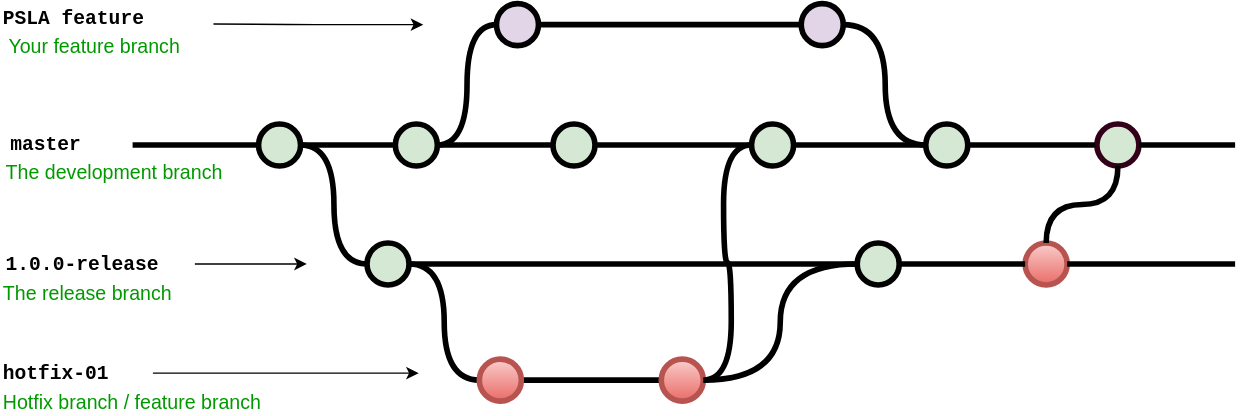
This is images/git/Workflow Accession.svg from salviadev/phoenixdoc, a draw.io export, as it was before one commit. Source tidied: cells renumbered, new cells last; positions are measured from the earlier drawing's top-left corner, leaving out a move shared by most shapes.
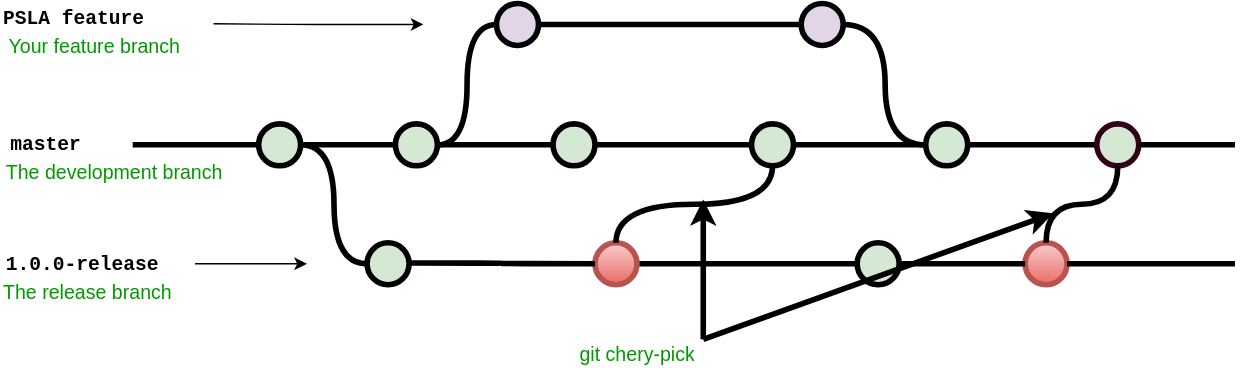
After the change.

Change to the diagram source:
```diff
@@ -19,7 +19,7 @@
     <mxCell id="6" value="master" style="text;html=1;strokeColor=none;fillColor=none;align=center;verticalAlign=middle;whiteSpace=wrap;overflow=hidden;fontSize=14;fontStyle=1;fontFamily=Courier New;" parent="1" vertex="1">
       <mxGeometry x="2" y="80" width="60.5" height="42" as="geometry" />
     </mxCell>
-    <mxCell id="7" style="edgeStyle=orthogonalEdgeStyle;curved=1;rounded=0;html=1;exitX=1;exitY=0.5;exitPerimeter=0;endArrow=none;endFill=0;jettySize=auto;strokeWidth=4;fontSize=15;entryX=0;entryY=0.5;entryDx=0;entryDy=0;entryPerimeter=0;" parent="1" edge="1" source="8" target="9">
+    <mxCell id="7" style="edgeStyle=orthogonalEdgeStyle;curved=1;rounded=0;html=1;exitX=1;exitY=0.5;exitPerimeter=0;endArrow=none;endFill=0;jettySize=auto;strokeWidth=4;fontSize=15;entryX=0;entryY=0.5;entryDx=0;entryDy=0;entryPerimeter=0;exitDx=0;exitDy=0;" parent="1" edge="1" source="46" target="9">
       <mxGeometry relative="1" as="geometry" />
     </mxCell>
     <mxCell id="8" style="verticalLabelPosition=bottom;verticalAlign=top;html=1;strokeWidth=4;shape=mxgraph.flowchart.on-page_reference;plain-purple;gradientColor=none;strokeColor=#000000;fillColor=#D5E8D4;" parent="1" vertex="1">
@@ -31,21 +31,9 @@
     <mxCell id="10" value="1.0.0-release" style="text;html=1;strokeColor=none;fillColor=none;align=left;verticalAlign=middle;whiteSpace=wrap;overflow=hidden;fontSize=14;fontStyle=1;fontFamily=Courier New;" parent="1" vertex="1">
       <mxGeometry x="2" y="176" width="240" height="20" as="geometry" />
     </mxCell>
-    <mxCell id="11" style="edgeStyle=orthogonalEdgeStyle;rounded=0;jettySize=auto;html=1;endArrow=none;endFill=0;strokeWidth=4;exitX=1;exitY=0.5;exitDx=0;exitDy=0;exitPerimeter=0;entryX=0;entryY=0.5;entryDx=0;entryDy=0;entryPerimeter=0;" parent="1" edge="1" source="29" target="30">
-      <mxGeometry relative="1" as="geometry" />
-    </mxCell>
-    <mxCell id="12" style="edgeStyle=orthogonalEdgeStyle;rounded=0;jettySize=auto;html=1;entryX=1;entryY=0.5;entryDx=0;entryDy=0;entryPerimeter=0;endArrow=none;endFill=0;strokeWidth=4;curved=1;exitX=0;exitY=0.5;exitDx=0;exitDy=0;exitPerimeter=0;" parent="1" edge="1" source="29" target="8">
-      <mxGeometry relative="1" as="geometry" />
-    </mxCell>
     <mxCell id="13" style="edgeStyle=orthogonalEdgeStyle;curved=1;rounded=0;jettySize=auto;html=1;exitX=1;exitY=0.5;exitDx=0;exitDy=0;exitPerimeter=0;entryX=0;entryY=0.5;entryDx=0;entryDy=0;entryPerimeter=0;endArrow=none;endFill=0;strokeWidth=4;fontFamily=Courier New;fontColor=#009900;" parent="1" edge="1" source="25" target="35">
       <mxGeometry relative="1" as="geometry" />
     </mxCell>
-    <mxCell id="14" style="edgeStyle=orthogonalEdgeStyle;curved=1;rounded=0;jettySize=auto;html=1;endArrow=none;endFill=0;strokeWidth=4;entryX=1;entryY=0.5;entryDx=0;entryDy=0;entryPerimeter=0;exitX=1;exitY=0.5;exitDx=0;exitDy=0;exitPerimeter=0;" parent="1" edge="1" source="30" target="27">
-      <mxGeometry relative="1" as="geometry" />
-    </mxCell>
-    <mxCell id="15" value="hotfix-01" style="text;html=1;strokeColor=none;fillColor=none;align=left;verticalAlign=middle;whiteSpace=wrap;overflow=hidden;fontSize=14;fontStyle=1;fontFamily=Courier New;" parent="1" vertex="1">
-      <mxGeometry x="0.4" y="254" width="91" height="16" as="geometry" />
-    </mxCell>
     <mxCell id="16" style="edgeStyle=orthogonalEdgeStyle;curved=1;rounded=0;jettySize=auto;html=1;exitX=1;exitY=0.5;exitDx=0;exitDy=0;exitPerimeter=0;endArrow=none;endFill=0;strokeWidth=4;fontFamily=Courier New;fontColor=#009900;entryX=1;entryY=0.5;entryDx=0;entryDy=0;entryPerimeter=0;" parent="1" edge="1" source="36" target="32">
       <mxGeometry relative="1" as="geometry">
         <Array as="points">
@@ -57,9 +45,6 @@
     <mxCell id="17" value="PSLA feature" style="text;html=1;strokeColor=none;fillColor=none;align=left;verticalAlign=middle;whiteSpace=wrap;overflow=hidden;fontSize=14;fontStyle=1;fontFamily=Courier New;" parent="1" vertex="1">
       <mxGeometry x="0.4" width="240" height="20" as="geometry" />
     </mxCell>
-    <mxCell id="18" value="Hotfix branch / feature branch" style="text;html=1;strokeColor=none;fillColor=none;align=left;verticalAlign=middle;whiteSpace=wrap;overflow=hidden;fontSize=14;fontStyle=0;fontColor=#009900;" parent="1" vertex="1">
-      <mxGeometry x="0.4" y="274" width="240" height="20" as="geometry" />
-    </mxCell>
     <mxCell id="19" value="Your feature branch" style="text;html=1;strokeColor=none;fillColor=none;align=left;verticalAlign=middle;whiteSpace=wrap;overflow=hidden;fontSize=14;fontStyle=0;fontColor=#009900;" parent="1" vertex="1">
       <mxGeometry x="3.5" y="20" width="240" height="20" as="geometry" />
     </mxCell>
@@ -67,7 +52,7 @@
       <mxGeometry x="0.4" y="196" width="240" height="20" as="geometry" />
     </mxCell>
     <mxCell id="21" value="The development branch" style="text;html=1;strokeColor=none;fillColor=none;align=left;verticalAlign=middle;whiteSpace=wrap;overflow=hidden;fontSize=14;fontStyle=0;fontColor=#009900;" parent="1" vertex="1">
-      <mxGeometry x="2" y="110" width="240" height="20" as="geometry" />
+      <mxGeometry x="2" y="110" width="160" height="20" as="geometry" />
     </mxCell>
     <mxCell id="22" style="endArrow=classic;html=1;strokeWidth=1;fontFamily=Courier New;fontColor=#009900;" parent="1" edge="1">
       <mxGeometry relative="1" as="geometry">
@@ -78,12 +63,6 @@
         </Array>
       </mxGeometry>
     </mxCell>
-    <mxCell id="23" style="endArrow=classic;html=1;strokeWidth=1;fontFamily=Courier New;fontColor=#009900;" parent="1" edge="1">
-      <mxGeometry relative="1" as="geometry">
-        <mxPoint x="108.8" y="264" as="sourcePoint" />
-        <mxPoint x="298.8" y="264" as="targetPoint" />
-      </mxGeometry>
-    </mxCell>
     <mxCell id="24" style="endArrow=classic;html=1;strokeWidth=1;fontFamily=Courier New;fontColor=#009900;" parent="1" edge="1">
       <mxGeometry relative="1" as="geometry">
         <mxPoint x="138.8" y="186" as="sourcePoint" />
@@ -102,15 +81,6 @@
     <mxCell id="28" style="edgeStyle=orthogonalEdgeStyle;curved=1;rounded=0;html=1;exitX=1;exitY=0.5;exitPerimeter=0;entryX=0;entryY=0.5;entryPerimeter=0;endArrow=none;endFill=0;jettySize=auto;strokeWidth=4;fontSize=15;exitDx=0;exitDy=0;entryDx=0;entryDy=0;" parent="1" edge="1" source="3" target="25">
       <mxGeometry relative="1" as="geometry" />
     </mxCell>
-    <mxCell id="29" style="verticalLabelPosition=bottom;verticalAlign=top;html=1;strokeWidth=4;shape=mxgraph.flowchart.on-page_reference;plain-blue;gradientColor=#EA6B66;strokeColor=#B85450;fillColor=#F8CECC;" parent="1" vertex="1">
-      <mxGeometry x="342" y="254" width="30" height="30" as="geometry" />
-    </mxCell>
-    <mxCell id="30" style="verticalLabelPosition=bottom;verticalAlign=top;html=1;strokeWidth=4;shape=mxgraph.flowchart.on-page_reference;plain-blue;gradientColor=#EA6B66;strokeColor=#B85450;fillColor=#F8CECC;" parent="1" vertex="1">
-      <mxGeometry x="472" y="254" width="30" height="30" as="geometry" />
-    </mxCell>
-    <mxCell id="31" style="edgeStyle=orthogonalEdgeStyle;curved=1;rounded=0;jettySize=auto;html=1;exitX=1;exitY=0.5;exitDx=0;exitDy=0;exitPerimeter=0;endArrow=none;endFill=0;strokeWidth=4;fontFamily=Courier New;fontColor=#009900;entryX=0;entryY=0.5;entryDx=0;entryDy=0;entryPerimeter=0;" parent="1" edge="1" source="30" target="9">
-      <mxGeometry relative="1" as="geometry" />
-    </mxCell>
     <mxCell id="32" style="verticalLabelPosition=bottom;verticalAlign=top;html=1;strokeWidth=4;shape=mxgraph.flowchart.on-page_reference;plain-purple;gradientColor=none;strokeColor=#000000;fillColor=#D5E8D4;direction=west;" parent="1" vertex="1">
       <mxGeometry x="661" y="86" width="30" height="30" as="geometry" />
     </mxCell>
@@ -161,5 +131,31 @@
     <mxCell id="45" style="edgeStyle=orthogonalEdgeStyle;curved=1;rounded=0;jettySize=auto;html=1;exitX=0.5;exitY=0;exitDx=0;exitDy=0;exitPerimeter=0;entryX=0.5;entryY=1;entryDx=0;entryDy=0;entryPerimeter=0;endArrow=none;endFill=0;strokeWidth=4;fontFamily=Courier New;fontColor=#009900;" parent="1" edge="1" source="42" target="4">
       <mxGeometry relative="1" as="geometry" />
     </mxCell>
+    <mxCell id="46" style="verticalLabelPosition=bottom;verticalAlign=top;html=1;strokeWidth=4;shape=mxgraph.flowchart.on-page_reference;plain-blue;gradientColor=#EA6B66;strokeColor=#B85450;fillColor=#F8CECC;" parent="1" vertex="1">
+      <mxGeometry x="424.6" y="171" width="30" height="30" as="geometry" />
+    </mxCell>
+    <mxCell id="47" style="edgeStyle=orthogonalEdgeStyle;curved=1;rounded=0;jettySize=auto;html=1;endArrow=none;endFill=0;strokeWidth=4;fontFamily=Courier New;fontColor=#009900;exitX=1;exitY=0.5;exitDx=0;exitDy=0;exitPerimeter=0;entryX=0;entryY=0.5;entryDx=0;entryDy=0;entryPerimeter=0;" parent="1" edge="1" target="46">
+      <mxGeometry relative="1" as="geometry">
+        <mxPoint x="291.8" y="185.5" as="sourcePoint" />
+      </mxGeometry>
+    </mxCell>
+    <mxCell id="48" style="edgeStyle=orthogonalEdgeStyle;curved=1;rounded=0;jettySize=auto;html=1;entryX=0.5;entryY=0;entryDx=0;entryDy=0;entryPerimeter=0;endArrow=none;endFill=0;strokeWidth=4;fontFamily=Courier New;fontColor=#009900;exitX=0.5;exitY=0;exitDx=0;exitDy=0;exitPerimeter=0;" parent="1" edge="1" source="46" target="27">
+      <mxGeometry relative="1" as="geometry" />
+    </mxCell>
+    <mxCell id="49" style="endArrow=classic;html=1;strokeWidth=4;" parent="1" edge="1">
+      <mxGeometry relative="1" as="geometry">
+        <mxPoint x="502" y="240" as="sourcePoint" />
+        <mxPoint x="502" y="140" as="targetPoint" />
+      </mxGeometry>
+    </mxCell>
+    <mxCell id="50" style="endArrow=classic;html=1;strokeWidth=4;" parent="1" edge="1">
+      <mxGeometry relative="1" as="geometry">
+        <mxPoint x="502" y="240" as="sourcePoint" />
+        <mxPoint x="752" y="150" as="targetPoint" />
+      </mxGeometry>
+    </mxCell>
+    <mxCell id="51" value="git chery-pick" style="text;html=1;strokeColor=none;fillColor=none;align=left;verticalAlign=middle;whiteSpace=wrap;overflow=hidden;fontSize=14;fontStyle=0;fontColor=#009900;" parent="1" vertex="1">
+      <mxGeometry x="412" y="240" width="240" height="20" as="geometry" />
+    </mxCell>
   </root>
 </mxGraphModel>
```
